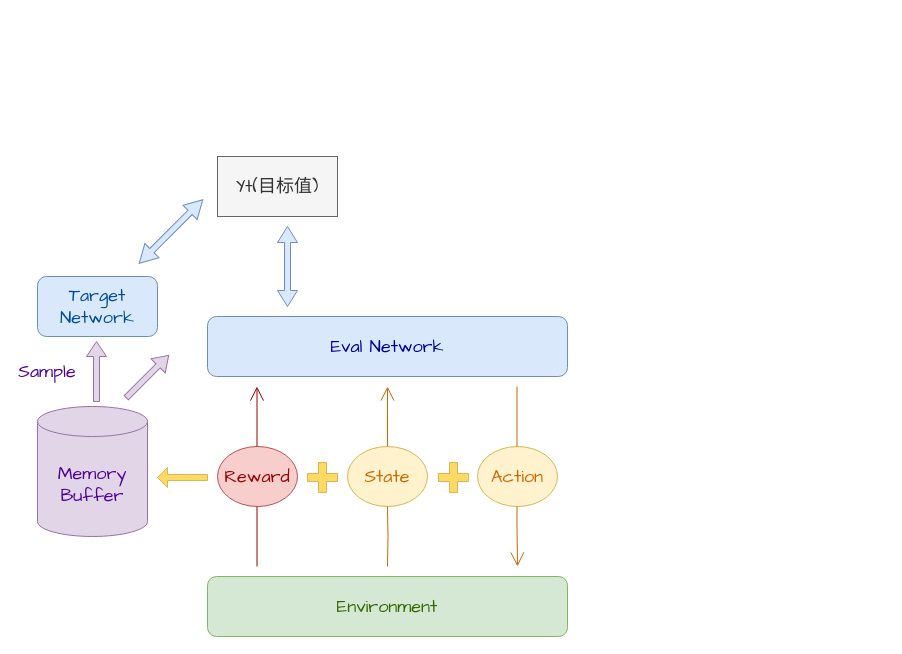
cola1998/CSDN- keeps this draw.io diagram as Untitled Diagram.drawio. Above is the earlier version. Source tidied: cells renumbered, new cells numbered last; positions are measured from the earlier drawing's top-left corner, leaving out a move shared by most shapes. Both pictures are drawn from the tidied source at 100%, with x=0, y=0 at pixel (17, 156).
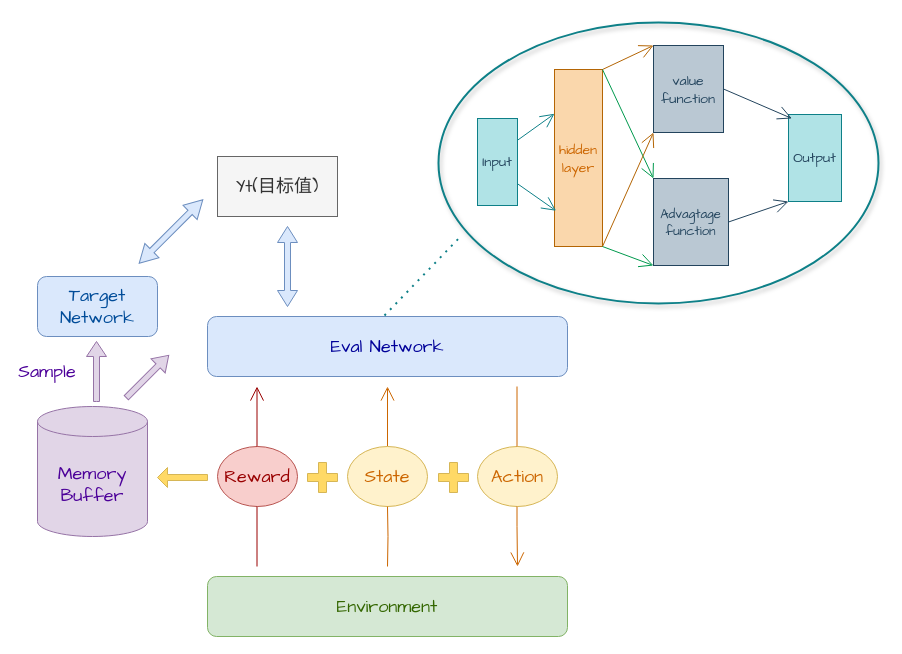
The same diagram, later.

The edit, as a diff of the source:
```diff
@@
+    <mxCell id="24" value="&lt;div style=&quot;font-size: 14px&quot;&gt;&lt;font color=&quot;#23445d&quot; face=&quot;Comic Sans MS&quot; style=&quot;font-size: 14px&quot;&gt;value&lt;/font&gt;&lt;/div&gt;&lt;div style=&quot;font-size: 14px&quot;&gt;&lt;font color=&quot;#23445d&quot; face=&quot;Comic Sans MS&quot; style=&quot;font-size: 14px&quot;&gt;function&lt;/font&gt;&lt;br&gt;&lt;/div&gt;" style="rounded=0;whiteSpace=wrap;html=1;fillColor=#bac8d3;strokeColor=#23445D;" parent="1" vertex="1">
+      <mxGeometry x="636" y="-111" width="70" height="87" as="geometry" />
+    </mxCell>
+    <mxCell id="25" value="&lt;div style=&quot;font-size: 13px&quot;&gt;&lt;font color=&quot;#23445d&quot; face=&quot;Comic Sans MS&quot; style=&quot;font-size: 13px&quot;&gt;Advagtage&lt;/font&gt;&lt;/div&gt;&lt;div style=&quot;font-size: 13px&quot;&gt;&lt;font color=&quot;#23445d&quot; face=&quot;Comic Sans MS&quot; style=&quot;font-size: 13px&quot;&gt;function&lt;/font&gt;&lt;br&gt;&lt;/div&gt;" style="rounded=0;whiteSpace=wrap;html=1;fillColor=#bac8d3;strokeColor=#23445d;" parent="1" vertex="1">
+      <mxGeometry x="636" y="22" width="75" height="87" as="geometry" />
+    </mxCell>
+    <mxCell id="26" value="&lt;font color=&quot;#23445d&quot; face=&quot;Comic Sans MS&quot; style=&quot;font-size: 14px&quot;&gt;Input&lt;/font&gt;" style="rounded=0;whiteSpace=wrap;html=1;fillColor=#b0e3e6;strokeColor=#0E8088;" parent="1" vertex="1">
+      <mxGeometry x="460" y="-38" width="40" height="87" as="geometry" />
+    </mxCell>
+    <mxCell id="27" value="&lt;div style=&quot;font-size: 14px&quot;&gt;&lt;font color=&quot;#cc6600&quot; face=&quot;Comic Sans MS&quot; style=&quot;font-size: 14px&quot;&gt;hidden&lt;/font&gt;&lt;/div&gt;&lt;div style=&quot;font-size: 14px&quot;&gt;&lt;font color=&quot;#cc6600&quot; face=&quot;Comic Sans MS&quot; style=&quot;font-size: 14px&quot;&gt;layer&lt;/font&gt;&lt;br&gt;&lt;/div&gt;" style="rounded=0;whiteSpace=wrap;html=1;fillColor=#fad7ac;strokeColor=#B46504;" parent="1" vertex="1">
+      <mxGeometry x="537" y="-87" width="48" height="177" as="geometry" />
+    </mxCell>
+    <mxCell id="28" value="&lt;font color=&quot;#23445d&quot; face=&quot;Comic Sans MS&quot; style=&quot;font-size: 14px&quot;&gt;Output&lt;/font&gt;" style="rounded=0;whiteSpace=wrap;html=1;fillColor=#b0e3e6;strokeColor=#0e8088;" parent="1" vertex="1">
+      <mxGeometry x="771" y="-42" width="53" height="87" as="geometry" />
+    </mxCell>
+    <mxCell id="29" style="endArrow=open;endFill=1;endSize=12;html=1;rounded=0;entryX=0;entryY=0.25;entryDx=0;entryDy=0;exitX=1;exitY=0.25;exitDx=0;exitDy=0;strokeColor=#0E8088;" parent="1" edge="1" source="26" target="27">
+      <mxGeometry relative="1" as="geometry" />
+    </mxCell>
+    <mxCell id="30" style="endArrow=open;endFill=1;endSize=12;html=1;rounded=0;entryX=0.032;entryY=0.798;entryDx=0;entryDy=0;exitX=1;exitY=0.75;exitDx=0;exitDy=0;strokeColor=#0E8088;entryPerimeter=0;" parent="1" edge="1" source="26" target="27">
+      <mxGeometry relative="1" as="geometry" />
+    </mxCell>
+    <mxCell id="31" style="endArrow=open;endFill=1;endSize=12;html=1;rounded=0;entryX=0;entryY=0;entryDx=0;entryDy=0;exitX=1;exitY=0;exitDx=0;exitDy=0;strokeColor=#B46504;" parent="1" edge="1" source="27" target="24">
+      <mxGeometry relative="1" as="geometry" />
+    </mxCell>
+    <mxCell id="32" style="endArrow=open;endFill=1;endSize=12;html=1;rounded=0;entryX=0;entryY=0;entryDx=0;entryDy=0;exitX=1;exitY=0;exitDx=0;exitDy=0;strokeColor=#00994D;" parent="1" edge="1" source="27" target="25">
+      <mxGeometry relative="1" as="geometry" />
+    </mxCell>
+    <mxCell id="33" style="endArrow=open;endFill=1;endSize=12;html=1;rounded=0;entryX=0;entryY=1;entryDx=0;entryDy=0;exitX=1;exitY=1;exitDx=0;exitDy=0;strokeColor=#B46504;" parent="1" edge="1" source="27" target="24">
+      <mxGeometry relative="1" as="geometry" />
+    </mxCell>
+    <mxCell id="34" style="endArrow=open;endFill=1;endSize=12;html=1;rounded=0;entryX=0;entryY=1;entryDx=0;entryDy=0;exitX=1;exitY=1;exitDx=0;exitDy=0;strokeColor=#00994D;" parent="1" edge="1" source="27" target="25">
+      <mxGeometry relative="1" as="geometry" />
+    </mxCell>
+    <mxCell id="35" style="endArrow=open;endFill=1;endSize=12;html=1;rounded=0;exitX=1;exitY=0.5;exitDx=0;exitDy=0;strokeColor=#23445D;entryX=0.065;entryY=0.046;entryDx=0;entryDy=0;entryPerimeter=0;" parent="1" edge="1" source="24" target="28">
+      <mxGeometry relative="1" as="geometry" />
+    </mxCell>
+    <mxCell id="36" style="endArrow=open;endFill=1;endSize=12;html=1;rounded=0;entryX=0;entryY=1;entryDx=0;entryDy=0;strokeColor=#23445D;exitX=1;exitY=0.5;exitDx=0;exitDy=0;" parent="1" edge="1" source="25" target="28">
+      <mxGeometry relative="1" as="geometry" />
+    </mxCell>
+    <mxCell id="37" style="ellipse;whiteSpace=wrap;html=1;fontFamily=Comic Sans MS;fontSize=14;fontColor=#CC6600;strokeColor=#0E8088;fillColor=none;strokeWidth=2;perimeterSpacing=0;shadow=1;" parent="1" vertex="1">
+      <mxGeometry x="421" y="-134" width="440" height="281" as="geometry" />
+    </mxCell>
+    <mxCell id="38" style="endArrow=none;dashed=1;html=1;dashPattern=1 3;strokeWidth=2;rounded=0;fontFamily=Comic Sans MS;fontSize=14;fontColor=#CC6600;strokeColor=#0E8088;" parent="1" edge="1">
+      <mxGeometry relative="1" as="geometry">
+        <mxPoint x="367" y="159" as="sourcePoint" />
+        <mxPoint x="444" y="79" as="targetPoint" />
+      </mxGeometry>
+    </mxCell>
```
